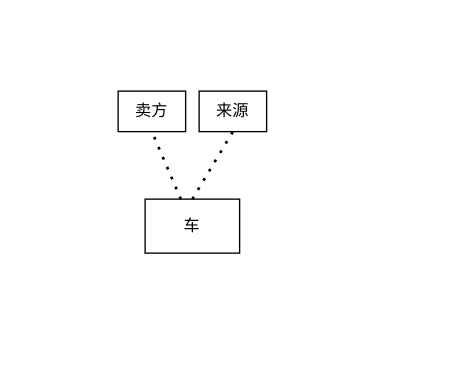
The draw.io diagram page "Page-1" (1 of 2) of test-first.drawio in specialnote/diagrams, before the edit. Source tidied: cells renumbered, new cells numbered last; positions are measured from the earlier drawing's top-left corner, leaving out a move shared by most shapes. Both pictures are drawn from the tidied source at 135%, with x=0, y=0 at pixel (117, 90).
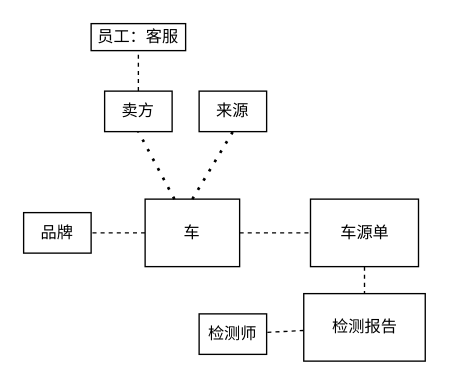
The same diagram, later.

The edit, as a diff of the source:
```diff
@@
 <mxGraphModel>
   <root>
     <mxCell id="0" />
     <mxCell id="1" parent="0" />
+    <mxCell id="7" style="edgeStyle=none;rounded=0;jettySize=auto;html=1;dashed=1;endArrow=none;endFill=0;elbow=vertical;" parent="1" edge="1" source="2" target="11">
+      <mxGeometry relative="1" as="geometry" />
+    </mxCell>
+    <mxCell id="8" style="edgeStyle=none;rounded=0;jettySize=auto;html=1;dashed=1;endArrow=none;endFill=0;elbow=vertical;" parent="1" edge="1" source="2" target="13">
+      <mxGeometry relative="1" as="geometry" />
+    </mxCell>
     <mxCell id="2" value="车" style="rounded=0;whiteSpace=wrap;html=1;" parent="1" vertex="1">
-      <mxGeometry x="20" y="80" width="70" height="40" as="geometry" />
+      <mxGeometry x="20" y="80" width="70" height="50" as="geometry" />
     </mxCell>
+    <mxCell id="9" style="rounded=0;jettySize=auto;html=1;elbow=vertical;endArrow=none;endFill=0;dashed=1;" parent="1" edge="1" source="3" target="10">
+      <mxGeometry relative="1" as="geometry" />
+    </mxCell>
     <mxCell id="3" value="卖方" style="rounded=0;whiteSpace=wrap;html=1;" parent="1" vertex="1">
-      <mxGeometry width="50" height="30" as="geometry" />
+      <mxGeometry x="-10" width="50" height="30" as="geometry" />
     </mxCell>
     <mxCell id="4" value="来源" style="rounded=0;whiteSpace=wrap;html=1;" parent="1" vertex="1">
       <mxGeometry x="60" width="50" height="30" as="geometry" />
     </mxCell>
     <mxCell id="5" style="endArrow=none;dashed=1;html=1;dashPattern=1 3;strokeWidth=2;rounded=0;entryX=0.5;entryY=1;entryDx=0;entryDy=0;" parent="1" edge="1" source="2" target="3">
       <mxGeometry relative="1" as="geometry" />
     </mxCell>
     <mxCell id="6" style="endArrow=none;dashed=1;html=1;dashPattern=1 3;strokeWidth=2;rounded=0;entryX=0.5;entryY=1;entryDx=0;entryDy=0;exitX=0.5;exitY=0;exitDx=0;exitDy=0;" parent="1" edge="1" source="2" target="4">
       <mxGeometry relative="1" as="geometry" />
     </mxCell>
+    <mxCell id="10" value="员工：客服" style="rounded=0;whiteSpace=wrap;html=1;" parent="1" vertex="1">
+      <mxGeometry x="-20" y="-50" width="70" height="20" as="geometry" />
+    </mxCell>
+    <mxCell id="11" value="品牌" style="rounded=0;whiteSpace=wrap;html=1;" parent="1" vertex="1">
+      <mxGeometry x="-70" y="90" width="50" height="30" as="geometry" />
+    </mxCell>
+    <mxCell id="12" style="edgeStyle=none;rounded=0;jettySize=auto;html=1;exitX=0.5;exitY=1;exitDx=0;exitDy=0;dashed=1;endArrow=none;endFill=0;elbow=vertical;" parent="1" edge="1" source="13" target="15">
+      <mxGeometry relative="1" as="geometry" />
+    </mxCell>
+    <mxCell id="13" value="车源单" style="whiteSpace=wrap;html=1;rounded=0;" parent="1" vertex="1">
+      <mxGeometry x="142.5" y="80" width="80" height="50" as="geometry" />
+    </mxCell>
+    <mxCell id="14" style="edgeStyle=none;rounded=0;jettySize=auto;html=1;dashed=1;endArrow=none;endFill=0;elbow=vertical;" parent="1" edge="1" source="15" target="16">
+      <mxGeometry relative="1" as="geometry" />
+    </mxCell>
+    <mxCell id="15" value="检测报告" style="rounded=0;whiteSpace=wrap;html=1;" parent="1" vertex="1">
+      <mxGeometry x="137.5" y="150" width="90" height="50" as="geometry" />
+    </mxCell>
+    <mxCell id="16" value="检测师" style="rounded=0;whiteSpace=wrap;html=1;" parent="1" vertex="1">
+      <mxGeometry x="60" y="165" width="50" height="30" as="geometry" />
+    </mxCell>
   </root>
 </mxGraphModel>
```
